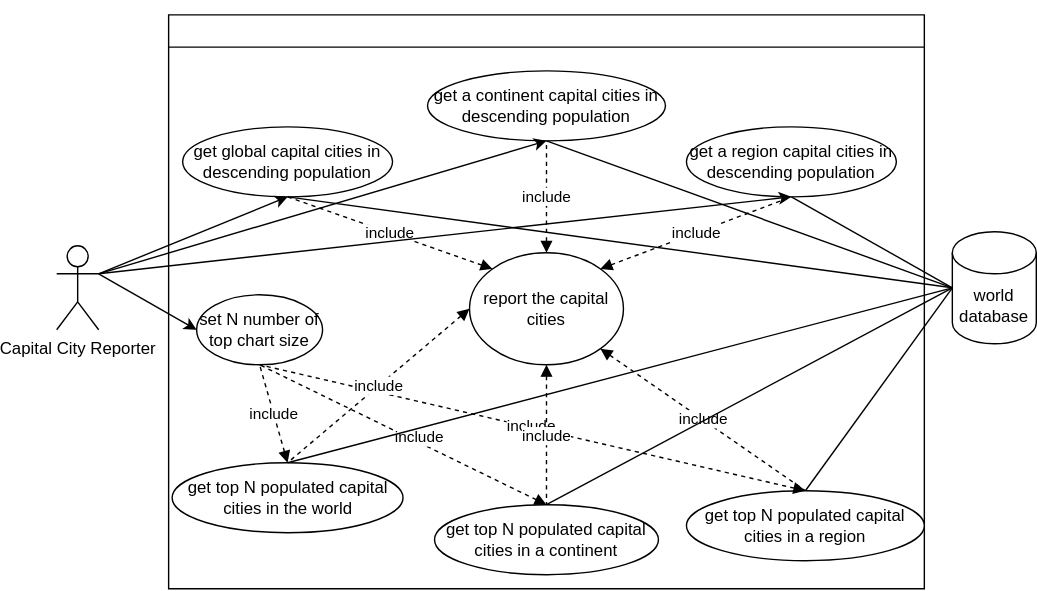
This is use-cases/CapitalCityReporterUseCase.svg from naingkhanthtet/devopteam4, a draw.io export, as it was before one commit. Source tidied: cells renumbered, new cells last; positions are measured from the earlier drawing's top-left corner, leaving out a move shared by most shapes. The source it was exported from:
```xml
<mxGraphModel>
  <root>
    <mxCell id="0" />
    <mxCell id="1" parent="0" />
    <mxCell id="2" value="Capital City Reporter" style="shape=umlActor;verticalLabelPosition=bottom;verticalAlign=top;html=1;outlineConnect=0;" parent="1" vertex="1">
      <mxGeometry y="165" width="30" height="60" as="geometry" />
    </mxCell>
    <mxCell id="3" value="&lt;h3 style=&quot;color: rgb(255, 255, 255); font-style: normal; font-variant-ligatures: normal; font-variant-caps: normal; font-weight: 400; letter-spacing: normal; orphans: 2; text-align: start; text-indent: 0px; text-transform: none; widows: 2; word-spacing: 0px; -webkit-text-stroke-width: 0px; text-decoration-thickness: initial; text-decoration-style: initial; text-decoration-color: initial; overflow-wrap: break-word;&quot;&gt;&lt;font face=&quot;Helvetica&quot;&gt;Capital City Reporting System&lt;/font&gt;&lt;/h3&gt;" style="swimlane;whiteSpace=wrap;html=1;" parent="1" vertex="1">
      <mxGeometry x="80" width="540" height="410" as="geometry" />
    </mxCell>
    <mxCell id="4" value="get global capital cities in descending population" style="ellipse;whiteSpace=wrap;html=1;" parent="3" vertex="1">
      <mxGeometry x="10" y="80" width="150" height="50" as="geometry" />
    </mxCell>
    <mxCell id="5" value="get a continent capital cities in descending population" style="ellipse;whiteSpace=wrap;html=1;" parent="3" vertex="1">
      <mxGeometry x="185" y="40" width="170" height="50" as="geometry" />
    </mxCell>
    <mxCell id="6" value="get top N populated capital cities in the world" style="ellipse;whiteSpace=wrap;html=1;" parent="3" vertex="1">
      <mxGeometry x="2.5" y="320" width="165" height="50" as="geometry" />
    </mxCell>
    <mxCell id="7" value="set N number of top chart size" style="ellipse;whiteSpace=wrap;html=1;" parent="3" vertex="1">
      <mxGeometry x="20" y="200" width="90" height="50" as="geometry" />
    </mxCell>
    <mxCell id="8" value="include" style="endArrow=none;dashed=1;html=1;rounded=0;fontFamily=Helvetica;entryX=0.5;entryY=1;entryDx=0;entryDy=0;endFill=0;startArrow=block;startFill=1;exitX=0.5;exitY=0;exitDx=0;exitDy=0;" parent="3" edge="1" source="6" target="7">
      <mxGeometry relative="1" as="geometry" />
    </mxCell>
    <mxCell id="9" value="get top N populated capital cities in a region" style="ellipse;whiteSpace=wrap;html=1;" parent="3" vertex="1">
      <mxGeometry x="370" y="340" width="170" height="50" as="geometry" />
    </mxCell>
    <mxCell id="10" style="endArrow=none;dashed=1;html=1;rounded=0;fontFamily=Helvetica;exitX=0.5;exitY=0;exitDx=0;exitDy=0;entryX=0.5;entryY=1;entryDx=0;entryDy=0;endFill=0;startArrow=block;startFill=1;" parent="3" edge="1" source="9" target="7">
      <mxGeometry relative="1" as="geometry" />
    </mxCell>
    <mxCell id="11" value="include" style="edgeLabel;html=1;align=center;verticalAlign=middle;fontFamily=Helvetica;" parent="10" vertex="1">
      <mxGeometry x="0.01" y="-1" relative="1" as="geometry" />
    </mxCell>
    <mxCell id="12" value="get top N populated capital cities in a continent" style="ellipse;whiteSpace=wrap;html=1;" parent="3" vertex="1">
      <mxGeometry x="190" y="350" width="160" height="50" as="geometry" />
    </mxCell>
    <mxCell id="13" style="endArrow=none;dashed=1;html=1;rounded=0;fontFamily=Helvetica;entryX=0.5;entryY=1;entryDx=0;entryDy=0;endFill=0;startArrow=block;startFill=1;exitX=0.5;exitY=0;exitDx=0;exitDy=0;" parent="3" edge="1" source="12" target="7">
      <mxGeometry relative="1" as="geometry" />
    </mxCell>
    <mxCell id="14" value="include" style="edgeLabel;html=1;align=center;verticalAlign=middle;fontFamily=Helvetica;" parent="13" vertex="1">
      <mxGeometry x="-0.09" y="-4" relative="1" as="geometry" />
    </mxCell>
    <mxCell id="15" value="report the capital cities" style="ellipse;whiteSpace=wrap;html=1;" parent="3" vertex="1">
      <mxGeometry x="215" y="170" width="110" height="80" as="geometry" />
    </mxCell>
    <mxCell id="16" value="include" style="endArrow=none;dashed=1;html=1;rounded=0;fontFamily=Helvetica;entryX=0.5;entryY=1;entryDx=0;entryDy=0;endFill=0;startArrow=block;startFill=1;exitX=0.5;exitY=0;exitDx=0;exitDy=0;" parent="3" edge="1" source="15" target="5">
      <mxGeometry relative="1" as="geometry" />
    </mxCell>
    <mxCell id="17" value="include" style="endArrow=none;dashed=1;html=1;rounded=0;fontFamily=Helvetica;entryX=0.5;entryY=1;entryDx=0;entryDy=0;endFill=0;startArrow=block;startFill=1;exitX=0;exitY=0;exitDx=0;exitDy=0;" parent="3" edge="1" source="15" target="4">
      <mxGeometry relative="1" as="geometry" />
    </mxCell>
    <mxCell id="18" value="include" style="endArrow=none;dashed=1;html=1;rounded=0;fontFamily=Helvetica;entryX=0.5;entryY=0;entryDx=0;entryDy=0;endFill=0;startArrow=block;startFill=1;exitX=0.5;exitY=1;exitDx=0;exitDy=0;" parent="3" edge="1" source="15" target="12">
      <mxGeometry relative="1" as="geometry" />
    </mxCell>
    <mxCell id="19" value="include" style="endArrow=none;dashed=1;html=1;rounded=0;fontFamily=Helvetica;entryX=0.5;entryY=0;entryDx=0;entryDy=0;endFill=0;startArrow=block;startFill=1;exitX=0;exitY=0.5;exitDx=0;exitDy=0;" parent="3" edge="1" source="15" target="6">
      <mxGeometry relative="1" as="geometry" />
    </mxCell>
    <mxCell id="20" value="include" style="endArrow=none;dashed=1;html=1;rounded=0;fontFamily=Helvetica;entryX=0.5;entryY=0;entryDx=0;entryDy=0;endFill=0;startArrow=block;startFill=1;exitX=1;exitY=1;exitDx=0;exitDy=0;" parent="3" edge="1" source="15" target="9">
      <mxGeometry relative="1" as="geometry" />
    </mxCell>
    <mxCell id="21" value="get a region capital cities in descending population" style="ellipse;whiteSpace=wrap;html=1;" parent="3" vertex="1">
      <mxGeometry x="370" y="80" width="150" height="50" as="geometry" />
    </mxCell>
    <mxCell id="22" value="include" style="endArrow=none;dashed=1;html=1;rounded=0;fontFamily=Helvetica;entryX=0.5;entryY=1;entryDx=0;entryDy=0;endFill=0;startArrow=block;startFill=1;exitX=1;exitY=0;exitDx=0;exitDy=0;" parent="3" edge="1" source="15" target="21">
      <mxGeometry relative="1" as="geometry" />
    </mxCell>
    <mxCell id="23" value="world database" style="shape=cylinder3;whiteSpace=wrap;html=1;boundedLbl=1;backgroundOutline=1;size=15;" parent="1" vertex="1">
      <mxGeometry x="640" y="155" width="60" height="80" as="geometry" />
    </mxCell>
    <mxCell id="24" style="endArrow=classic;html=1;rounded=0;fontFamily=Helvetica;exitX=1;exitY=0.3333333333333333;exitDx=0;exitDy=0;exitPerimeter=0;entryX=0;entryY=0.5;entryDx=0;entryDy=0;" parent="1" edge="1" source="2" target="7">
      <mxGeometry relative="1" as="geometry" />
    </mxCell>
    <mxCell id="25" style="endArrow=classic;html=1;rounded=0;fontFamily=Helvetica;entryX=0.5;entryY=1;entryDx=0;entryDy=0;exitX=1;exitY=0.3333333333333333;exitDx=0;exitDy=0;exitPerimeter=0;" parent="1" edge="1" source="2" target="21">
      <mxGeometry relative="1" as="geometry" />
    </mxCell>
    <mxCell id="26" style="endArrow=classic;html=1;rounded=0;fontFamily=Helvetica;exitX=1;exitY=0.3333333333333333;exitDx=0;exitDy=0;exitPerimeter=0;entryX=0.5;entryY=1;entryDx=0;entryDy=0;" parent="1" edge="1" source="2" target="5">
      <mxGeometry relative="1" as="geometry" />
    </mxCell>
    <mxCell id="27" style="endArrow=classic;html=1;fontFamily=Helvetica;exitX=1;exitY=0.3333333333333333;exitDx=0;exitDy=0;exitPerimeter=0;entryX=0.5;entryY=1;entryDx=0;entryDy=0;curved=1;" parent="1" edge="1" source="2" target="4">
      <mxGeometry relative="1" as="geometry" />
    </mxCell>
    <mxCell id="28" style="endArrow=none;html=1;fontFamily=Helvetica;curved=1;entryX=0;entryY=0.5;entryDx=0;entryDy=0;entryPerimeter=0;exitX=0.5;exitY=0;exitDx=0;exitDy=0;" parent="1" edge="1" source="12" target="23">
      <mxGeometry relative="1" as="geometry" />
    </mxCell>
    <mxCell id="29" style="endArrow=none;html=1;fontFamily=Helvetica;curved=1;entryX=0;entryY=0.5;entryDx=0;entryDy=0;entryPerimeter=0;exitX=0.5;exitY=0;exitDx=0;exitDy=0;" parent="1" edge="1" source="9" target="23">
      <mxGeometry relative="1" as="geometry" />
    </mxCell>
    <mxCell id="30" style="endArrow=none;html=1;fontFamily=Helvetica;curved=1;entryX=0;entryY=0.5;entryDx=0;entryDy=0;entryPerimeter=0;exitX=0.5;exitY=0;exitDx=0;exitDy=0;" parent="1" edge="1" source="6" target="23">
      <mxGeometry relative="1" as="geometry" />
    </mxCell>
    <mxCell id="31" style="endArrow=none;html=1;fontFamily=Helvetica;curved=1;entryX=0;entryY=0.5;entryDx=0;entryDy=0;entryPerimeter=0;exitX=0.5;exitY=1;exitDx=0;exitDy=0;" parent="1" edge="1" source="5" target="23">
      <mxGeometry relative="1" as="geometry" />
    </mxCell>
    <mxCell id="32" style="endArrow=none;html=1;fontFamily=Helvetica;curved=1;entryX=0;entryY=0.5;entryDx=0;entryDy=0;entryPerimeter=0;exitX=0.5;exitY=1;exitDx=0;exitDy=0;startArrow=none;" parent="1" edge="1" source="21" target="23">
      <mxGeometry relative="1" as="geometry" />
    </mxCell>
    <mxCell id="33" style="endArrow=none;html=1;fontFamily=Helvetica;curved=1;entryX=0;entryY=0.5;entryDx=0;entryDy=0;entryPerimeter=0;exitX=0.5;exitY=1;exitDx=0;exitDy=0;" parent="1" edge="1" source="4" target="23">
      <mxGeometry relative="1" as="geometry" />
    </mxCell>
  </root>
</mxGraphModel>
```
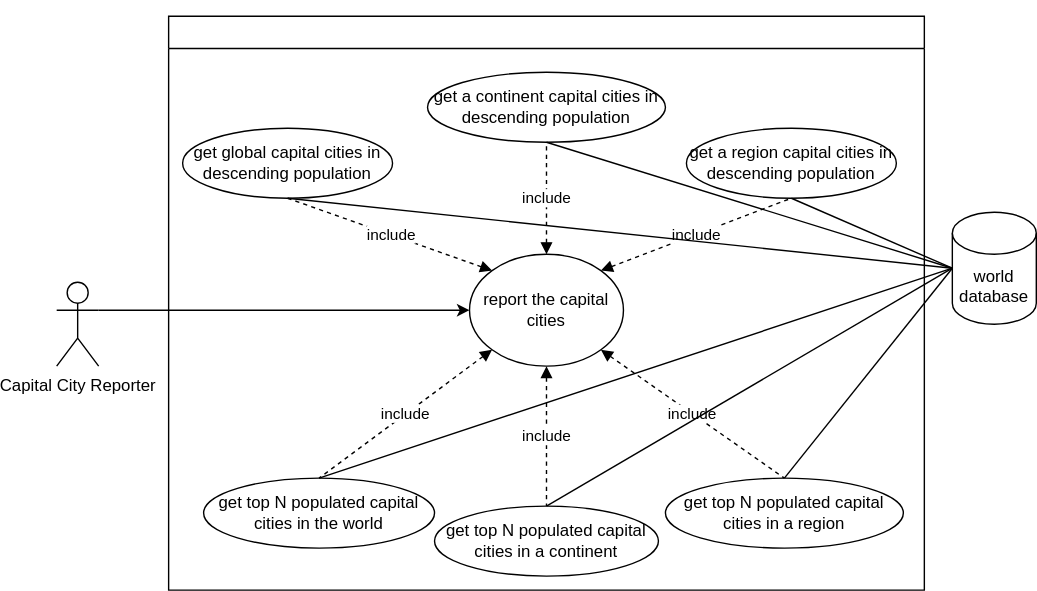
After the change.

Commit message:
new use case diagrams

The edit, as a diff of the source:
```diff
@@ -3,7 +3,7 @@
     <mxCell id="0" />
     <mxCell id="1" parent="0" />
     <mxCell id="2" value="Capital City Reporter" style="shape=umlActor;verticalLabelPosition=bottom;verticalAlign=top;html=1;outlineConnect=0;" parent="1" vertex="1">
-      <mxGeometry y="165" width="30" height="60" as="geometry" />
+      <mxGeometry y="190" width="30" height="60" as="geometry" />
     </mxCell>
     <mxCell id="3" value="&lt;h3 style=&quot;color: rgb(255, 255, 255); font-style: normal; font-variant-ligatures: normal; font-variant-caps: normal; font-weight: 400; letter-spacing: normal; orphans: 2; text-align: start; text-indent: 0px; text-transform: none; widows: 2; word-spacing: 0px; -webkit-text-stroke-width: 0px; text-decoration-thickness: initial; text-decoration-style: initial; text-decoration-color: initial; overflow-wrap: break-word;&quot;&gt;&lt;font face=&quot;Helvetica&quot;&gt;Capital City Reporting System&lt;/font&gt;&lt;/h3&gt;" style="swimlane;whiteSpace=wrap;html=1;" parent="1" vertex="1">
       <mxGeometry x="80" width="540" height="410" as="geometry" />
@@ -15,32 +15,14 @@
       <mxGeometry x="185" y="40" width="170" height="50" as="geometry" />
     </mxCell>
     <mxCell id="6" value="get top N populated capital cities in the world" style="ellipse;whiteSpace=wrap;html=1;" parent="3" vertex="1">
-      <mxGeometry x="2.5" y="320" width="165" height="50" as="geometry" />
+      <mxGeometry x="25" y="330" width="165" height="50" as="geometry" />
     </mxCell>
-    <mxCell id="7" value="set N number of top chart size" style="ellipse;whiteSpace=wrap;html=1;" parent="3" vertex="1">
-      <mxGeometry x="20" y="200" width="90" height="50" as="geometry" />
-    </mxCell>
-    <mxCell id="8" value="include" style="endArrow=none;dashed=1;html=1;rounded=0;fontFamily=Helvetica;entryX=0.5;entryY=1;entryDx=0;entryDy=0;endFill=0;startArrow=block;startFill=1;exitX=0.5;exitY=0;exitDx=0;exitDy=0;" parent="3" edge="1" source="6" target="7">
-      <mxGeometry relative="1" as="geometry" />
-    </mxCell>
     <mxCell id="9" value="get top N populated capital cities in a region" style="ellipse;whiteSpace=wrap;html=1;" parent="3" vertex="1">
-      <mxGeometry x="370" y="340" width="170" height="50" as="geometry" />
+      <mxGeometry x="355" y="330" width="170" height="50" as="geometry" />
     </mxCell>
-    <mxCell id="10" style="endArrow=none;dashed=1;html=1;rounded=0;fontFamily=Helvetica;exitX=0.5;exitY=0;exitDx=0;exitDy=0;entryX=0.5;entryY=1;entryDx=0;entryDy=0;endFill=0;startArrow=block;startFill=1;" parent="3" edge="1" source="9" target="7">
-      <mxGeometry relative="1" as="geometry" />
-    </mxCell>
-    <mxCell id="11" value="include" style="edgeLabel;html=1;align=center;verticalAlign=middle;fontFamily=Helvetica;" parent="10" vertex="1">
-      <mxGeometry x="0.01" y="-1" relative="1" as="geometry" />
-    </mxCell>
     <mxCell id="12" value="get top N populated capital cities in a continent" style="ellipse;whiteSpace=wrap;html=1;" parent="3" vertex="1">
       <mxGeometry x="190" y="350" width="160" height="50" as="geometry" />
     </mxCell>
-    <mxCell id="13" style="endArrow=none;dashed=1;html=1;rounded=0;fontFamily=Helvetica;entryX=0.5;entryY=1;entryDx=0;entryDy=0;endFill=0;startArrow=block;startFill=1;exitX=0.5;exitY=0;exitDx=0;exitDy=0;" parent="3" edge="1" source="12" target="7">
-      <mxGeometry relative="1" as="geometry" />
-    </mxCell>
-    <mxCell id="14" value="include" style="edgeLabel;html=1;align=center;verticalAlign=middle;fontFamily=Helvetica;" parent="13" vertex="1">
-      <mxGeometry x="-0.09" y="-4" relative="1" as="geometry" />
-    </mxCell>
     <mxCell id="15" value="report the capital cities" style="ellipse;whiteSpace=wrap;html=1;" parent="3" vertex="1">
       <mxGeometry x="215" y="170" width="110" height="80" as="geometry" />
     </mxCell>
@@ -53,7 +35,7 @@
     <mxCell id="18" value="include" style="endArrow=none;dashed=1;html=1;rounded=0;fontFamily=Helvetica;entryX=0.5;entryY=0;entryDx=0;entryDy=0;endFill=0;startArrow=block;startFill=1;exitX=0.5;exitY=1;exitDx=0;exitDy=0;" parent="3" edge="1" source="15" target="12">
       <mxGeometry relative="1" as="geometry" />
     </mxCell>
-    <mxCell id="19" value="include" style="endArrow=none;dashed=1;html=1;rounded=0;fontFamily=Helvetica;entryX=0.5;entryY=0;entryDx=0;entryDy=0;endFill=0;startArrow=block;startFill=1;exitX=0;exitY=0.5;exitDx=0;exitDy=0;" parent="3" edge="1" source="15" target="6">
+    <mxCell id="19" value="include" style="endArrow=none;dashed=1;html=1;rounded=0;fontFamily=Helvetica;entryX=0.5;entryY=0;entryDx=0;entryDy=0;endFill=0;startArrow=block;startFill=1;exitX=0;exitY=1;exitDx=0;exitDy=0;" parent="3" edge="1" source="15" target="6">
       <mxGeometry relative="1" as="geometry" />
     </mxCell>
     <mxCell id="20" value="include" style="endArrow=none;dashed=1;html=1;rounded=0;fontFamily=Helvetica;entryX=0.5;entryY=0;entryDx=0;entryDy=0;endFill=0;startArrow=block;startFill=1;exitX=1;exitY=1;exitDx=0;exitDy=0;" parent="3" edge="1" source="15" target="9">
@@ -66,20 +48,11 @@
       <mxGeometry relative="1" as="geometry" />
     </mxCell>
     <mxCell id="23" value="world database" style="shape=cylinder3;whiteSpace=wrap;html=1;boundedLbl=1;backgroundOutline=1;size=15;" parent="1" vertex="1">
-      <mxGeometry x="640" y="155" width="60" height="80" as="geometry" />
+      <mxGeometry x="640" y="140" width="60" height="80" as="geometry" />
     </mxCell>
-    <mxCell id="24" style="endArrow=classic;html=1;rounded=0;fontFamily=Helvetica;exitX=1;exitY=0.3333333333333333;exitDx=0;exitDy=0;exitPerimeter=0;entryX=0;entryY=0.5;entryDx=0;entryDy=0;" parent="1" edge="1" source="2" target="7">
+    <mxCell id="24" style="endArrow=classic;html=1;rounded=0;fontFamily=Helvetica;exitX=1;exitY=0.3333333333333333;exitDx=0;exitDy=0;exitPerimeter=0;entryX=0;entryY=0.5;entryDx=0;entryDy=0;" parent="1" edge="1" source="2" target="15">
       <mxGeometry relative="1" as="geometry" />
     </mxCell>
-    <mxCell id="25" style="endArrow=classic;html=1;rounded=0;fontFamily=Helvetica;entryX=0.5;entryY=1;entryDx=0;entryDy=0;exitX=1;exitY=0.3333333333333333;exitDx=0;exitDy=0;exitPerimeter=0;" parent="1" edge="1" source="2" target="21">
-      <mxGeometry relative="1" as="geometry" />
-    </mxCell>
-    <mxCell id="26" style="endArrow=classic;html=1;rounded=0;fontFamily=Helvetica;exitX=1;exitY=0.3333333333333333;exitDx=0;exitDy=0;exitPerimeter=0;entryX=0.5;entryY=1;entryDx=0;entryDy=0;" parent="1" edge="1" source="2" target="5">
-      <mxGeometry relative="1" as="geometry" />
-    </mxCell>
-    <mxCell id="27" style="endArrow=classic;html=1;fontFamily=Helvetica;exitX=1;exitY=0.3333333333333333;exitDx=0;exitDy=0;exitPerimeter=0;entryX=0.5;entryY=1;entryDx=0;entryDy=0;curved=1;" parent="1" edge="1" source="2" target="4">
-      <mxGeometry relative="1" as="geometry" />
-    </mxCell>
     <mxCell id="28" style="endArrow=none;html=1;fontFamily=Helvetica;curved=1;entryX=0;entryY=0.5;entryDx=0;entryDy=0;entryPerimeter=0;exitX=0.5;exitY=0;exitDx=0;exitDy=0;" parent="1" edge="1" source="12" target="23">
       <mxGeometry relative="1" as="geometry" />
     </mxCell>
```
